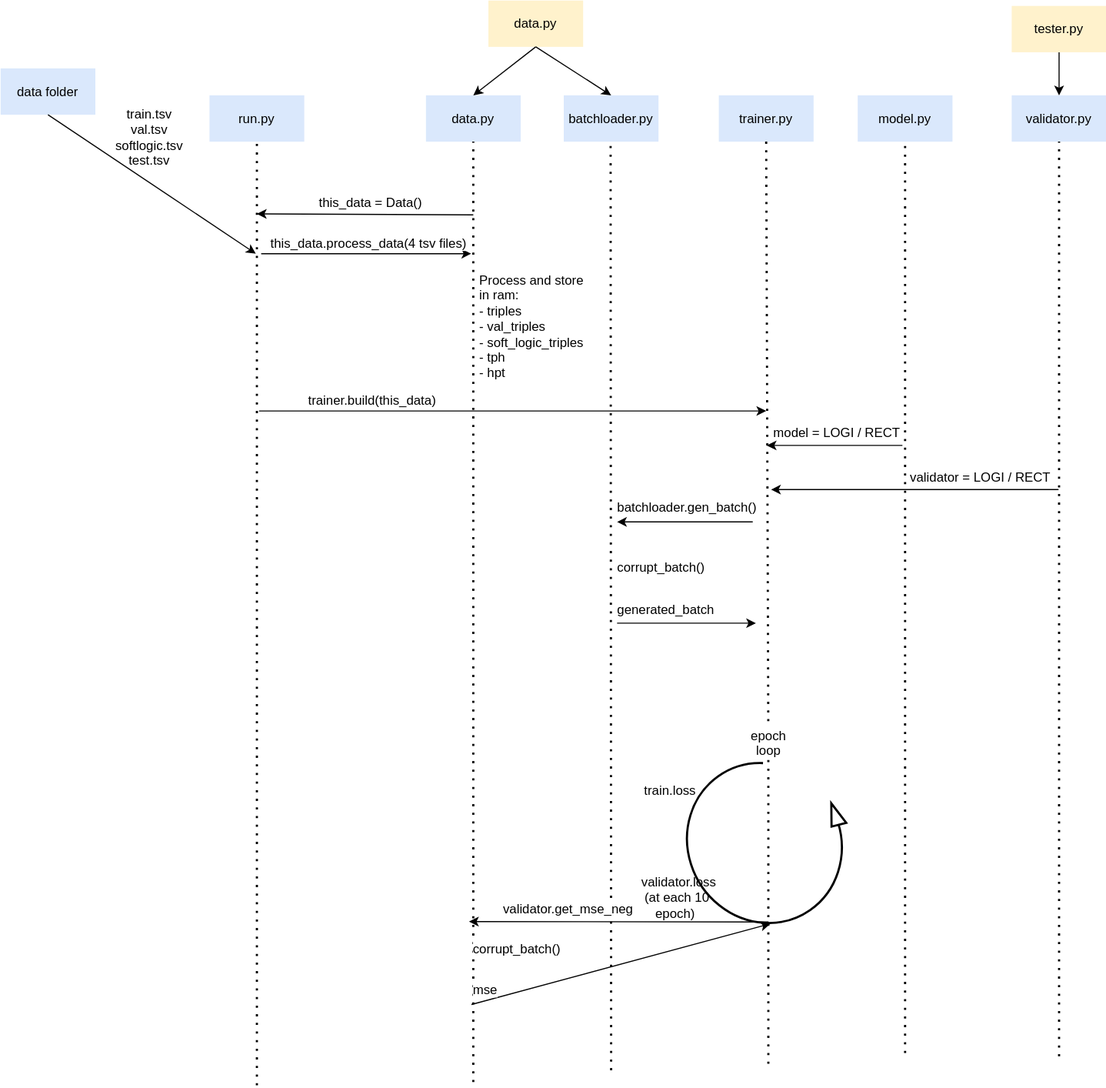
hughiephan/Refactored-Embedding-Uncertain-Knowledge-Graphs keeps this draw.io diagram as docs/flow.svg. Above is the earlier version. Source tidied: cells renumbered, new cells last; positions are measured from the earlier drawing's top-left corner, leaving out a move shared by most shapes.
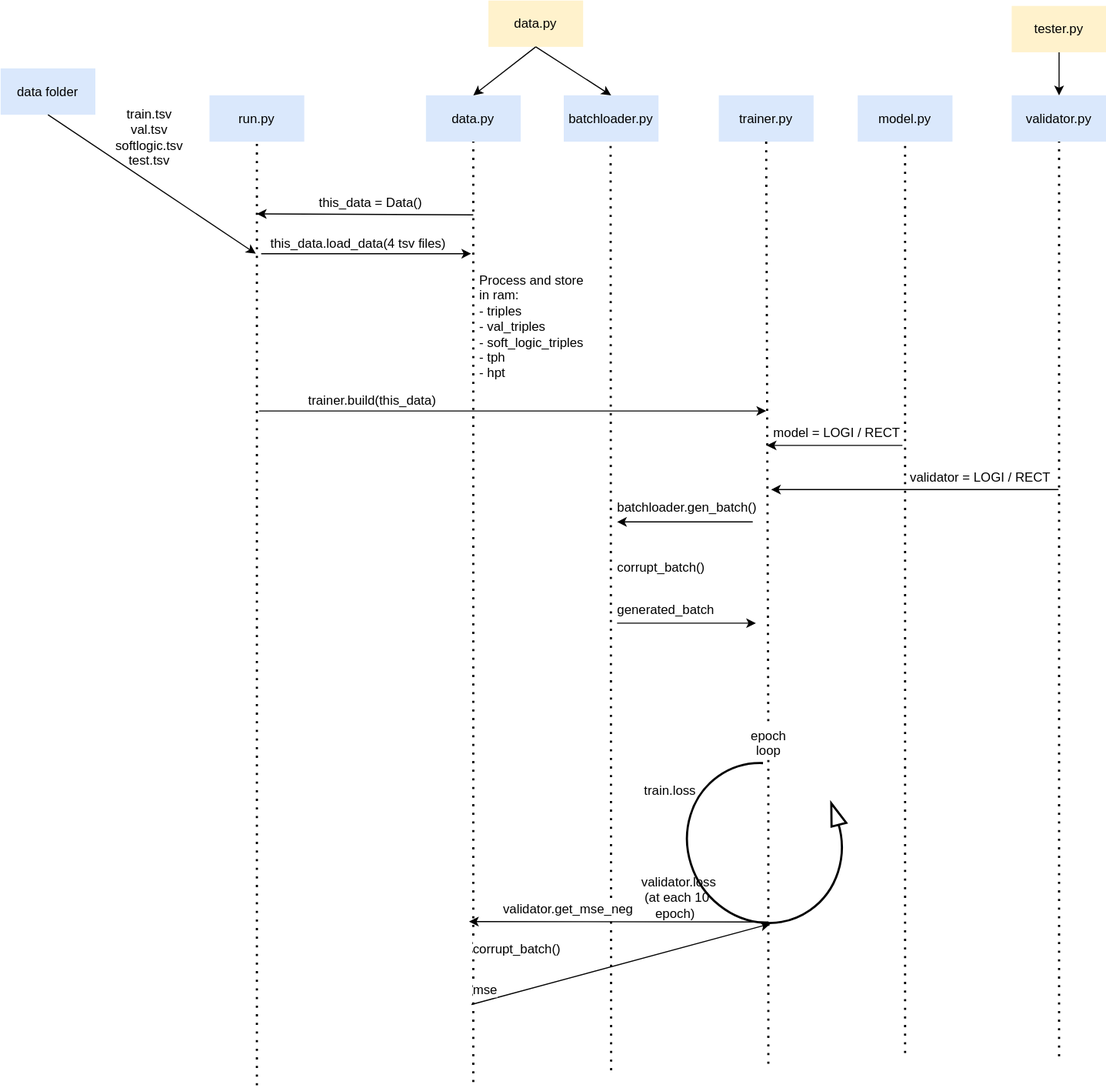
The same file after the commit.

Change to the diagram source:
```diff
@@ -73,7 +73,7 @@
         <mxPoint x="715.5" y="454" as="targetPoint" />
       </mxGeometry>
     </mxCell>
-    <mxCell id="19" value="&lt;span style=&quot;color: rgb(0, 0, 0); font-family: Helvetica; font-size: 12px; font-style: normal; font-variant-ligatures: normal; font-variant-caps: normal; letter-spacing: normal; orphans: 2; text-align: left; text-indent: 0px; text-transform: none; widows: 2; word-spacing: 0px; -webkit-text-stroke-width: 0px; background-color: rgb(255, 255, 255); text-decoration-thickness: initial; text-decoration-style: initial; text-decoration-color: initial; float: none; display: inline !important;&quot;&gt;this_data.process_data(4 tsv files)&lt;/span&gt;" style="text;whiteSpace=wrap;html=1;" parent="1" vertex="1">
+    <mxCell id="19" value="&lt;span style=&quot;color: rgb(0, 0, 0); font-family: Helvetica; font-size: 12px; font-style: normal; font-variant-ligatures: normal; font-variant-caps: normal; letter-spacing: normal; orphans: 2; text-align: left; text-indent: 0px; text-transform: none; widows: 2; word-spacing: 0px; -webkit-text-stroke-width: 0px; background-color: rgb(255, 255, 255); text-decoration-thickness: initial; text-decoration-style: initial; text-decoration-color: initial; float: none; display: inline !important;&quot;&gt;this_data.load_data(4 tsv files)&lt;/span&gt;" style="text;whiteSpace=wrap;html=1;" parent="1" vertex="1">
       <mxGeometry x="249" y="212" width="191" height="32" as="geometry" />
     </mxCell>
     <mxCell id="20" value="trainer.build(this_data)" style="text;whiteSpace=wrap;html=1;" parent="1" vertex="1">
```
